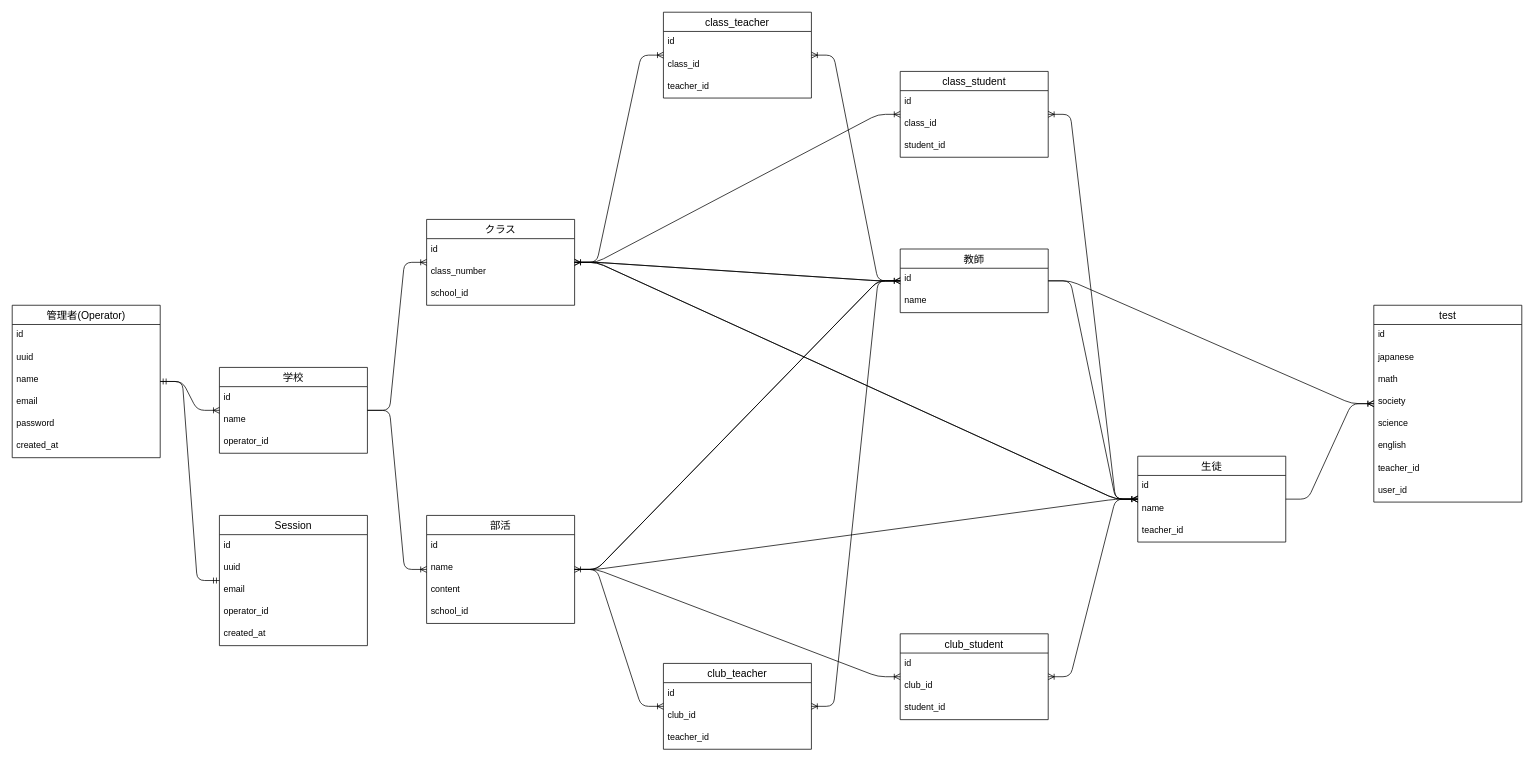
Earlier version of the draw.io diagram src/dio/struc.dio (hikobend/school_list). Source tidied: cells renumbered, new cells numbered last; positions are measured from the earlier drawing's top-left corner, leaving out a move shared by most shapes. Both pictures are drawn from the tidied source at 74%, with x=0, y=0 at pixel (12, 12).
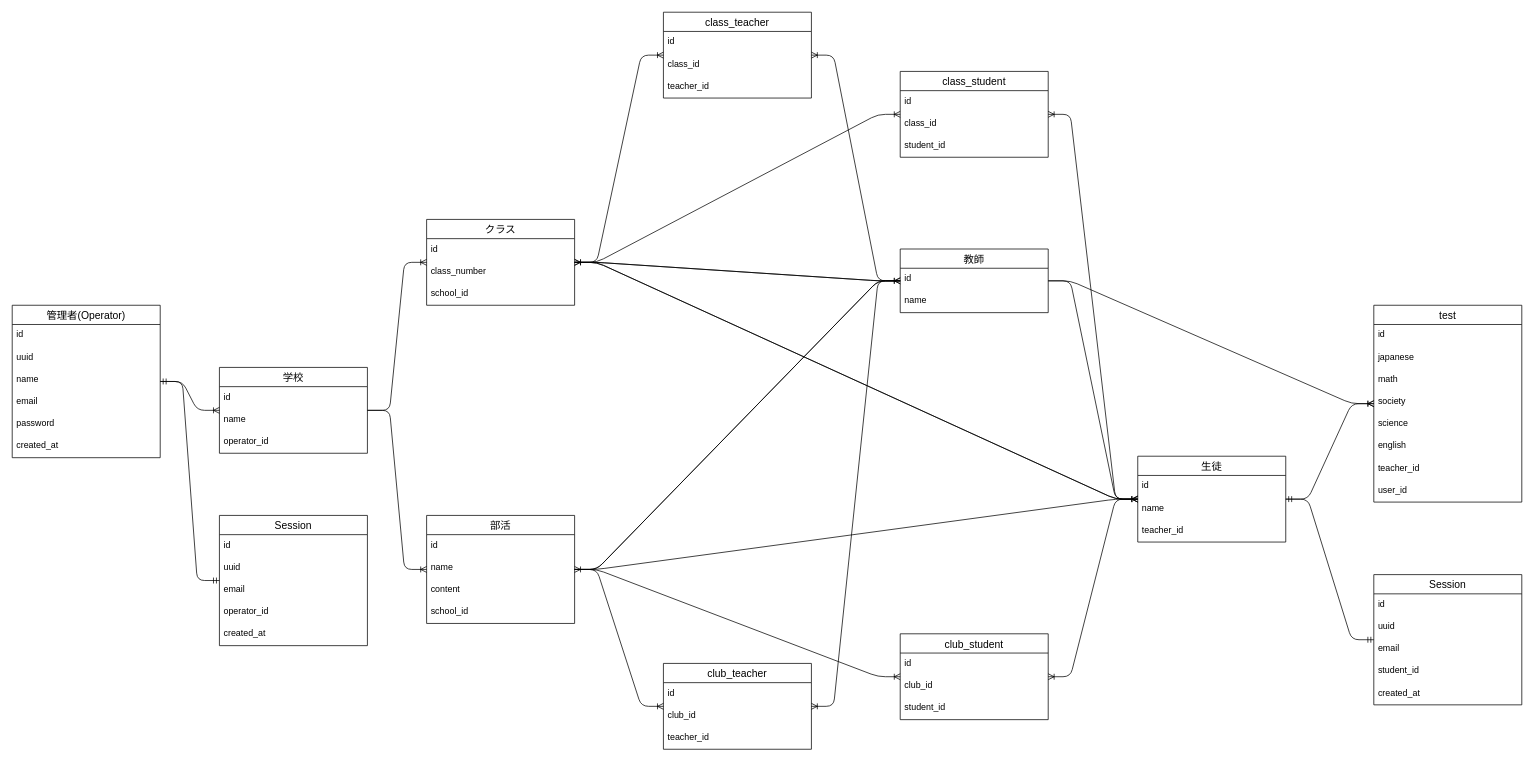
The same diagram, later.

The change refers to these unchanged cells:
```xml
<mxCell id="15" value="生徒" style="swimlane;fontStyle=0;horizontal=1;startSize=26;align=center;fontSize=14;" parent="1" vertex="1">
  <mxGeometry x="1521" y="600" width="200" height="116" as="geometry" />
</mxCell>
```

Diff of the diagram source:
```diff
@@
+    <mxCell id="82" value="Session" style="swimlane;fontStyle=0;horizontal=1;startSize=26;align=center;fontSize=14;" parent="1" vertex="1">
+      <mxGeometry x="1840" y="760" width="200" height="176" as="geometry" />
+    </mxCell>
+    <mxCell id="83" value="id" style="text;strokeColor=none;fillColor=none;spacingLeft=4;spacingRight=4;overflow=hidden;fontSize=12;" parent="82" vertex="1">
+      <mxGeometry y="26" width="200" height="30" as="geometry" />
+    </mxCell>
+    <mxCell id="84" value="uuid" style="text;strokeColor=none;fillColor=none;spacingLeft=4;spacingRight=4;overflow=hidden;fontSize=12;" parent="82" vertex="1">
+      <mxGeometry y="56" width="200" height="30" as="geometry" />
+    </mxCell>
+    <mxCell id="85" value="email" style="text;strokeColor=none;fillColor=none;spacingLeft=4;spacingRight=4;overflow=hidden;fontSize=12;" parent="82" vertex="1">
+      <mxGeometry y="86" width="200" height="30" as="geometry" />
+    </mxCell>
+    <mxCell id="86" value="student_id" style="text;strokeColor=none;fillColor=none;spacingLeft=4;spacingRight=4;overflow=hidden;fontSize=12;" parent="82" vertex="1">
+      <mxGeometry y="116" width="200" height="30" as="geometry" />
+    </mxCell>
+    <mxCell id="87" value="created_at" style="text;strokeColor=none;fillColor=none;spacingLeft=4;spacingRight=4;overflow=hidden;fontSize=12;" parent="82" vertex="1">
+      <mxGeometry y="146" width="200" height="30" as="geometry" />
+    </mxCell>
+    <mxCell id="88" style="edgeStyle=entityRelationEdgeStyle;fontSize=12;html=1;endArrow=ERmandOne;startArrow=ERmandOne;" parent="1" edge="1" source="15" target="82">
+      <mxGeometry relative="1" as="geometry" />
+    </mxCell>
```
